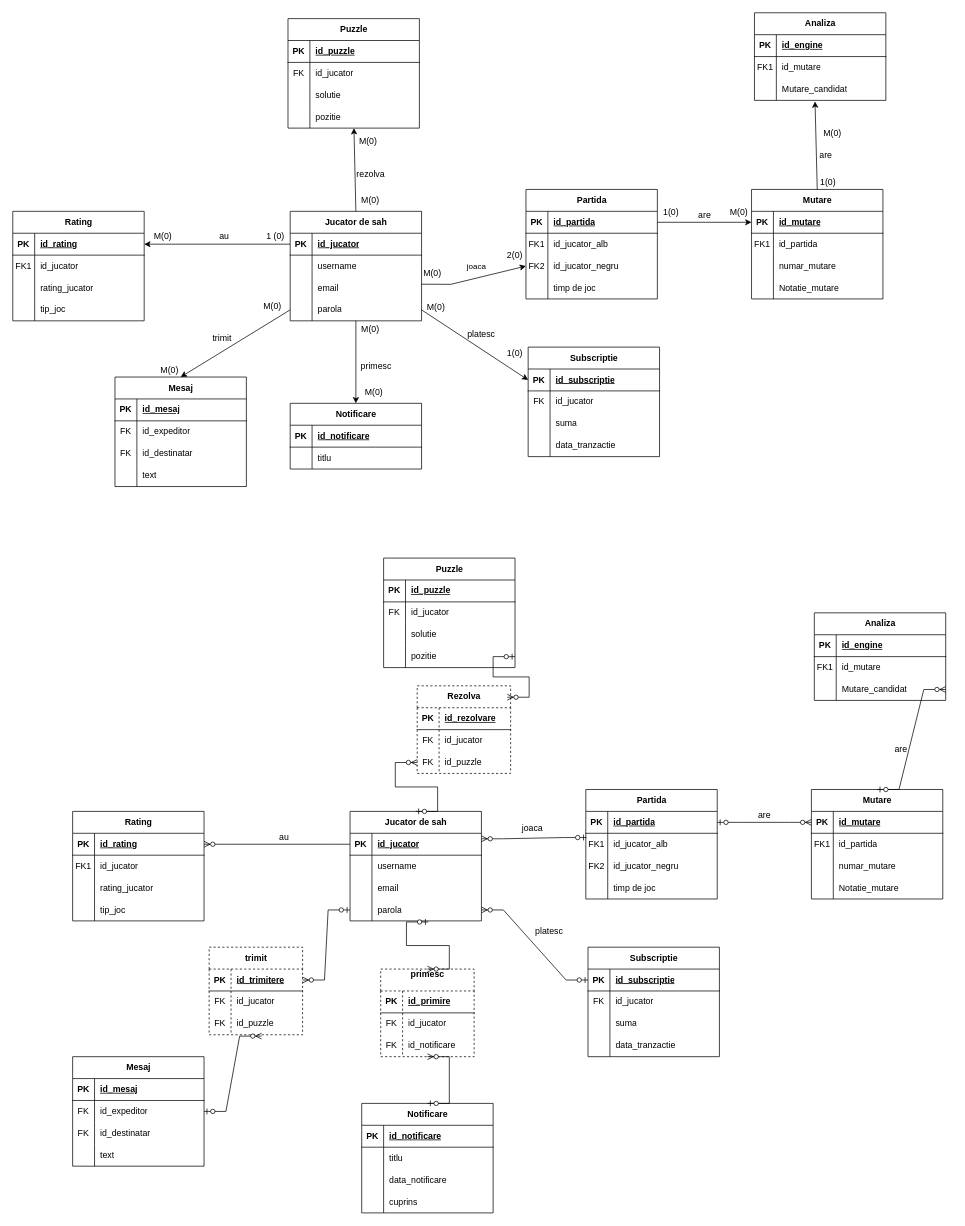
Before: Anul1/Semestrul 2/BD/proiect/copie_diagrama.drawio in CiprianVlad/facultate, a draw.io diagram. Source tidied: cells renumbered, new cells numbered last; positions are measured from the earlier drawing's top-left corner, leaving out a move shared by most shapes. Both pictures are drawn from the tidied source at 73%, with x=0, y=0 at pixel (12, 12).
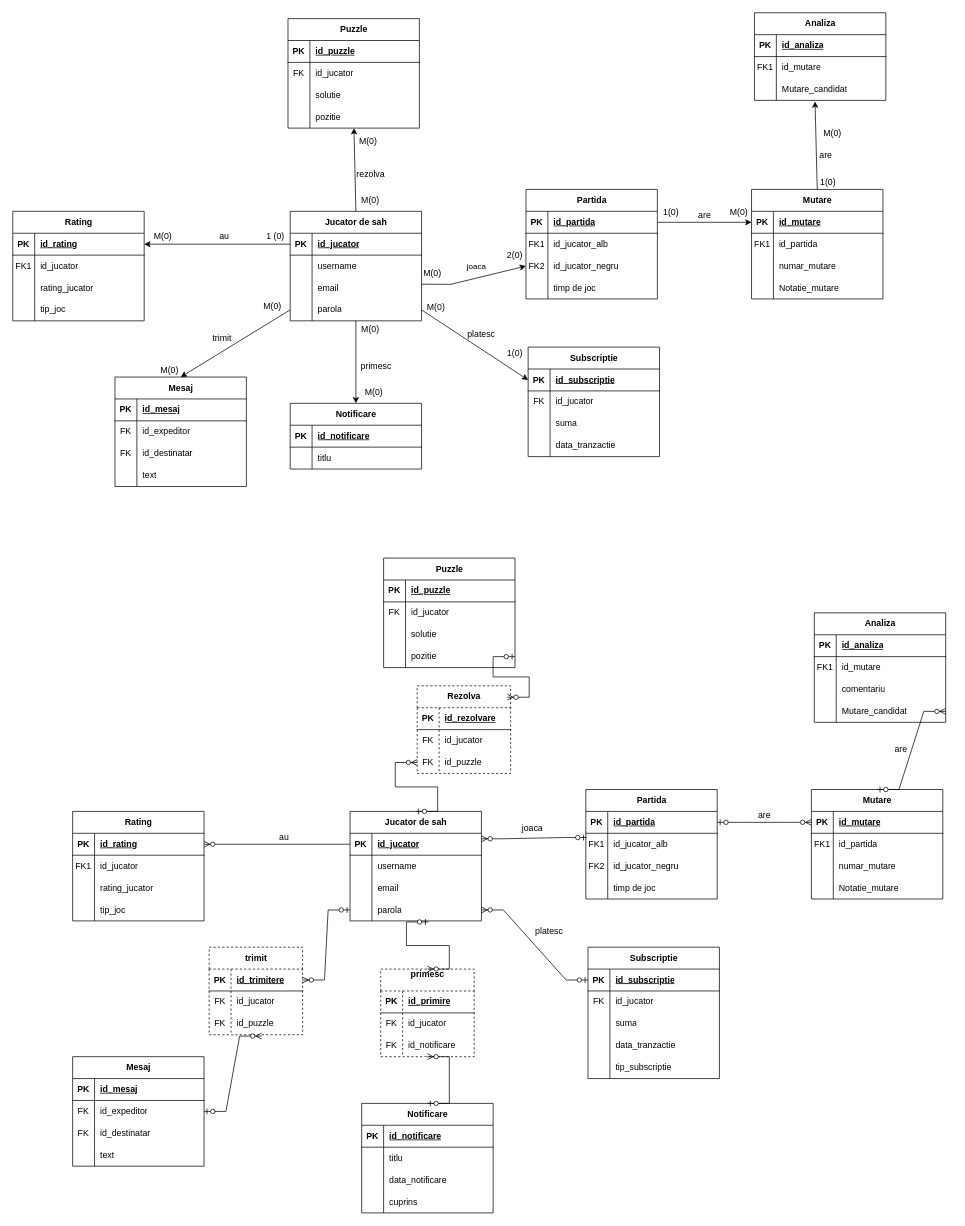
The same page after the edit.

Unchanged cells that the change refers to:
```xml
<mxCell id="29" style="shape=tableRow;horizontal=0;startSize=0;swimlaneHead=0;swimlaneBody=0;fillColor=none;top=0;left=0;right=0;bottom=1;" parent="28" vertex="1">
  <mxGeometry y="30" width="180" height="30" as="geometry" />
</mxCell>
<mxCell id="169" style="shape=tableRow;horizontal=0;startSize=0;swimlaneHead=0;swimlaneBody=0;fillColor=none;top=0;left=0;right=0;bottom=1;" parent="168" vertex="1">
  <mxGeometry y="30" width="180" height="30" as="geometry" />
</mxCell>
```

What changed in the source:
```diff
@@
-    <mxCell id="31" value="id_engine" style="shape=partialRectangle;fillColor=none;top=0;left=0;bottom=0;right=0;align=left;spacingLeft=6;fontStyle=5;overflow=hidden;whiteSpace=wrap;html=1;" parent="29" vertex="1">
+    <mxCell id="31" value="id_analiza" style="shape=partialRectangle;fillColor=none;top=0;left=0;bottom=0;right=0;align=left;spacingLeft=6;fontStyle=5;overflow=hidden;whiteSpace=wrap;html=1;" parent="29" vertex="1">
       <mxGeometry x="30" width="150" height="30" as="geometry" />
     </mxCell>
@@
     <mxCell id="168" value="Analiza" style="shape=table;startSize=30;childLayout=tableLayout;rowLines=0;fontStyle=1;align=center;html=1;" parent="1" vertex="1">
-      <mxGeometry x="1098" y="822" width="180" height="120" as="geometry" />
+      <mxGeometry x="1098" y="822" width="180" height="150" as="geometry" />
     </mxCell>
@@
-    <mxCell id="171" value="id_engine" style="shape=partialRectangle;fillColor=none;top=0;left=0;bottom=0;right=0;align=left;spacingLeft=6;fontStyle=5;overflow=hidden;whiteSpace=wrap;html=1;" parent="169" vertex="1">
+    <mxCell id="171" value="id_analiza" style="shape=partialRectangle;fillColor=none;top=0;left=0;bottom=0;right=0;align=left;spacingLeft=6;fontStyle=5;overflow=hidden;whiteSpace=wrap;html=1;" parent="169" vertex="1">
       <mxGeometry x="30" width="150" height="30" as="geometry" />
     </mxCell>
@@
+    <mxCell id="302" style="shape=tableRow;horizontal=0;startSize=0;swimlaneHead=0;swimlaneBody=0;fillColor=none;top=0;left=0;right=0;bottom=0;" parent="168" vertex="1">
+      <mxGeometry y="90" width="180" height="30" as="geometry" />
+    </mxCell>
+    <mxCell id="303" style="shape=partialRectangle;fillColor=none;top=0;left=0;bottom=0;right=0;overflow=hidden;whiteSpace=wrap;html=1;" parent="302" vertex="1">
+      <mxGeometry width="30" height="30" as="geometry" />
+    </mxCell>
+    <mxCell id="304" value="comentariu" style="shape=partialRectangle;fillColor=none;top=0;left=0;bottom=0;right=0;align=left;spacingLeft=6;overflow=hidden;whiteSpace=wrap;html=1;" parent="302" vertex="1">
+      <mxGeometry x="30" width="150" height="30" as="geometry" />
+    </mxCell>
     <mxCell id="175" style="shape=tableRow;horizontal=0;startSize=0;swimlaneHead=0;swimlaneBody=0;fillColor=none;points=[[0,0.5],[1,0.5]];portConstraint=eastwest;top=0;left=0;right=0;bottom=0;" parent="168" vertex="1">
-      <mxGeometry y="90" width="180" height="30" as="geometry" />
+      <mxGeometry y="120" width="180" height="30" as="geometry" />
     </mxCell>
@@
     <mxCell id="219" value="Subscriptie" style="shape=table;startSize=30;childLayout=tableLayout;rowLines=0;fontStyle=1;align=center;html=1;" parent="1" vertex="1">
-      <mxGeometry x="788" y="1280" width="180" height="150" as="geometry" />
+      <mxGeometry x="788" y="1280" width="180" height="180" as="geometry" />
     </mxCell>
@@
+    <mxCell id="305" style="shape=tableRow;horizontal=0;startSize=0;swimlaneHead=0;swimlaneBody=0;fillColor=none;top=0;left=0;right=0;bottom=0;" parent="219" vertex="1">
+      <mxGeometry y="150" width="180" height="30" as="geometry" />
+    </mxCell>
+    <mxCell id="306" style="shape=partialRectangle;fillColor=none;top=0;left=0;bottom=0;right=0;overflow=hidden;whiteSpace=wrap;html=1;" parent="305" vertex="1">
+      <mxGeometry width="30" height="30" as="geometry" />
+    </mxCell>
+    <mxCell id="307" value="tip_subscriptie" style="shape=partialRectangle;fillColor=none;top=0;left=0;bottom=0;right=0;align=left;spacingLeft=6;overflow=hidden;whiteSpace=wrap;html=1;" parent="305" vertex="1">
+      <mxGeometry x="30" width="150" height="30" as="geometry" />
+    </mxCell>
```
